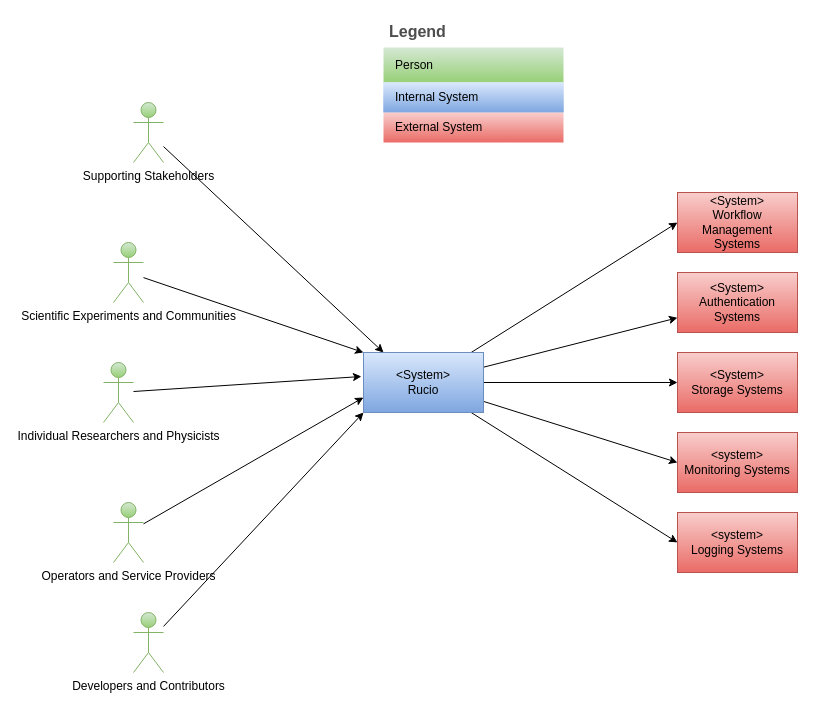
Earlier version of the draw.io diagram diagrams/Context View.drawio (mgajek-cern/rucio-architecture-docs). Source tidied: cells renumbered, new cells numbered last; positions are measured from the earlier drawing's top-left corner, leaving out a move shared by most shapes. Both pictures are drawn from the tidied source at 100%, with x=0, y=0 at pixel (103, 17).
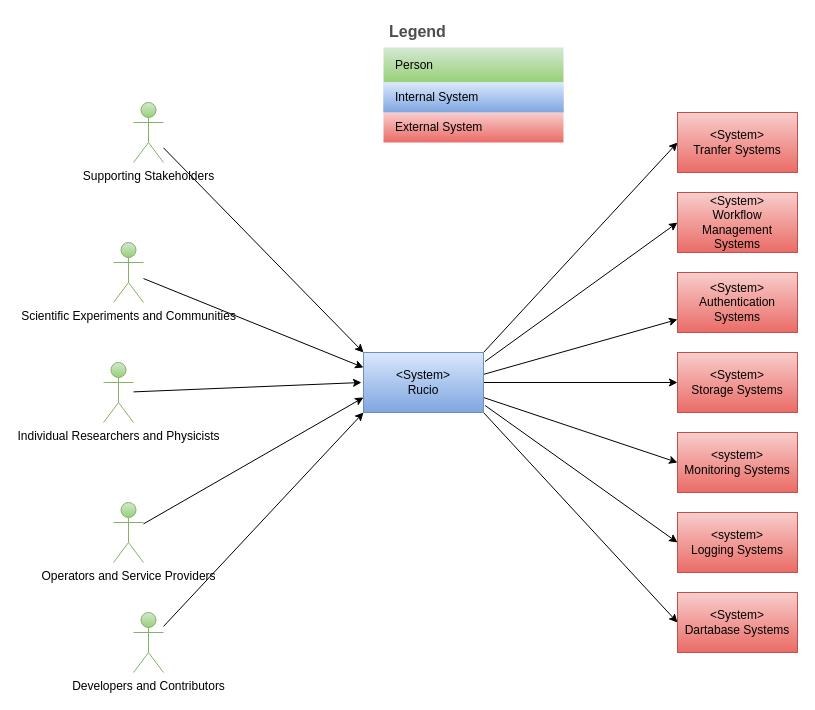
After the change.

Commit message (it also covers changes not shown here):
add missing external systems in component diagrams

Unchanged cells that the change refers to:
```xml
<mxCell id="7" value="&amp;lt;System&amp;gt;&lt;br&gt;Rucio" style="rounded=0;whiteSpace=wrap;html=1;fillColor=#dae8fc;gradientColor=#7ea6e0;strokeColor=#6c8ebf;" parent="1" vertex="1">
  <mxGeometry x="260" y="335" width="120" height="60" as="geometry" />
</mxCell>
<mxCell id="8" value="&lt;span style=&quot;color: rgb(0, 0, 0);&quot;&gt;&amp;lt;System&amp;gt;&lt;/span&gt;&lt;br&gt;Authentication Systems" style="rounded=0;whiteSpace=wrap;html=1;fillColor=#f8cecc;gradientColor=#ea6b66;strokeColor=#b85450;" parent="1" vertex="1">
  <mxGeometry x="574" y="255" width="120" height="60" as="geometry" />
</mxCell>
<mxCell id="10" value="&lt;span style=&quot;color: rgb(0, 0, 0);&quot;&gt;&amp;lt;system&amp;gt;&lt;/span&gt;&lt;br&gt;Monitoring Systems" style="rounded=0;whiteSpace=wrap;html=1;fillColor=#f8cecc;gradientColor=#ea6b66;strokeColor=#b85450;" parent="1" vertex="1">
  <mxGeometry x="574" y="415" width="120" height="60" as="geometry" />
</mxCell>
<mxCell id="11" value="&amp;lt;System&amp;gt;&lt;br&gt;Workflow Management Systems" style="rounded=0;whiteSpace=wrap;html=1;fillColor=#f8cecc;gradientColor=#ea6b66;strokeColor=#b85450;" parent="1" vertex="1">
  <mxGeometry x="574" y="175" width="120" height="60" as="geometry" />
</mxCell>
<mxCell id="12" value="&lt;span style=&quot;color: rgb(0, 0, 0);&quot;&gt;&amp;lt;system&amp;gt;&lt;/span&gt;&lt;br&gt;Logging Systems" style="rounded=0;whiteSpace=wrap;html=1;fillColor=#f8cecc;gradientColor=#ea6b66;strokeColor=#b85450;" parent="1" vertex="1">
  <mxGeometry x="574" y="495" width="120" height="60" as="geometry" />
</mxCell>
<mxCell id="14" value="Scientific Experiments and Communities" style="shape=umlActor;verticalLabelPosition=bottom;verticalAlign=top;html=1;outlineConnect=0;fillColor=#d5e8d4;gradientColor=#97d077;strokeColor=#82b366;" parent="1" vertex="1">
  <mxGeometry x="10" y="225" width="30" height="60" as="geometry" />
</mxCell>
<mxCell id="15" value="Individual Researchers and Physicists" style="shape=umlActor;verticalLabelPosition=bottom;verticalAlign=top;html=1;outlineConnect=0;fillColor=#d5e8d4;gradientColor=#97d077;strokeColor=#82b366;" parent="1" vertex="1">
  <mxGeometry y="345" width="30" height="60" as="geometry" />
</mxCell>
<mxCell id="21" value="Supporting Stakeholders" style="shape=umlActor;verticalLabelPosition=bottom;verticalAlign=top;html=1;outlineConnect=0;fillColor=#d5e8d4;gradientColor=#97d077;strokeColor=#82b366;" parent="1" vertex="1">
  <mxGeometry x="30" y="85" width="30" height="60" as="geometry" />
</mxCell>
```

Diff of the diagram source:
```diff
@@
-    <mxCell id="2" style="rounded=0;jettySize=auto;html=1;entryX=0;entryY=0.5;entryDx=0;entryDy=0;" parent="1" edge="1" source="7" target="11">
+    <mxCell id="2" style="rounded=0;jettySize=auto;html=1;entryX=0;entryY=0.5;entryDx=0;entryDy=0;exitX=1.013;exitY=0.15;exitDx=0;exitDy=0;exitPerimeter=0;" parent="1" edge="1" source="7" target="11">
       <mxGeometry relative="1" as="geometry" />
     </mxCell>
-    <mxCell id="3" style="rounded=0;jettySize=auto;html=1;" parent="1" edge="1" source="7" target="8">
+    <mxCell id="3" style="rounded=0;jettySize=auto;html=1;exitX=0.996;exitY=0.367;exitDx=0;exitDy=0;exitPerimeter=0;" parent="1" edge="1" source="7" target="8">
       <mxGeometry relative="1" as="geometry" />
     </mxCell>
@@
-    <mxCell id="5" style="rounded=0;jettySize=auto;html=1;entryX=0;entryY=0.5;entryDx=0;entryDy=0;" parent="1" edge="1" source="7" target="10">
+    <mxCell id="5" style="rounded=0;jettySize=auto;html=1;entryX=0;entryY=0.5;entryDx=0;entryDy=0;exitX=1;exitY=0.75;exitDx=0;exitDy=0;" parent="1" edge="1" source="7" target="10">
       <mxGeometry relative="1" as="geometry" />
     </mxCell>
-    <mxCell id="6" style="rounded=0;jettySize=auto;html=1;entryX=0;entryY=0.5;entryDx=0;entryDy=0;" parent="1" edge="1" source="7" target="12">
+    <mxCell id="6" style="rounded=0;jettySize=auto;html=1;entryX=0;entryY=0.5;entryDx=0;entryDy=0;exitX=1.013;exitY=0.883;exitDx=0;exitDy=0;exitPerimeter=0;" parent="1" edge="1" source="7" target="12">
       <mxGeometry relative="1" as="geometry" />
     </mxCell>
+    <mxCell id="30" style="edgeStyle=none;html=1;entryX=0;entryY=0.5;entryDx=0;entryDy=0;exitX=1;exitY=1;exitDx=0;exitDy=0;" parent="1" edge="1" source="7" target="32">
+      <mxGeometry relative="1" as="geometry" />
+    </mxCell>
+    <mxCell id="31" style="edgeStyle=none;html=1;entryX=0;entryY=0.5;entryDx=0;entryDy=0;exitX=1;exitY=0;exitDx=0;exitDy=0;" parent="1" edge="1" source="7" target="33">
+      <mxGeometry relative="1" as="geometry" />
+    </mxCell>
@@
-    <mxCell id="13" style="rounded=0;jettySize=auto;html=1;entryX=0;entryY=0;entryDx=0;entryDy=0;" parent="1" edge="1" source="14" target="7">
+    <mxCell id="13" style="rounded=0;jettySize=auto;html=1;entryX=0;entryY=0.25;entryDx=0;entryDy=0;" parent="1" edge="1" source="14" target="7">
       <mxGeometry relative="1" as="geometry" />
     </mxCell>
@@
-    <mxCell id="20" style="rounded=0;jettySize=auto;html=1;entryX=0.167;entryY=0;entryDx=0;entryDy=0;entryPerimeter=0;" parent="1" edge="1" source="21" target="7">
+    <mxCell id="20" style="rounded=0;jettySize=auto;html=1;entryX=0;entryY=0;entryDx=0;entryDy=0;" parent="1" edge="1" source="21" target="7">
       <mxGeometry relative="1" as="geometry" />
     </mxCell>
@@
-    <mxCell id="22" style="rounded=0;jettySize=auto;html=1;entryX=-0.017;entryY=0.4;entryDx=0;entryDy=0;entryPerimeter=0;" parent="1" edge="1" source="15" target="7">
-      <mxGeometry relative="1" as="geometry" />
+    <mxCell id="22" style="rounded=0;jettySize=auto;html=1;" parent="1" edge="1" source="15">
+      <mxGeometry relative="1" as="geometry">
+        <mxPoint x="258" y="365" as="targetPoint" />
+      </mxGeometry>
     </mxCell>
@@
+    <mxCell id="32" value="&lt;span style=&quot;color: rgb(0, 0, 0);&quot;&gt;&amp;lt;System&amp;gt;&lt;/span&gt;&lt;br&gt;Dartabase Systems" style="rounded=0;whiteSpace=wrap;html=1;fillColor=#f8cecc;gradientColor=#ea6b66;strokeColor=#b85450;" parent="1" vertex="1">
+      <mxGeometry x="574" y="575" width="120" height="60" as="geometry" />
+    </mxCell>
+    <mxCell id="33" value="&lt;span style=&quot;color: rgb(0, 0, 0);&quot;&gt;&amp;lt;System&amp;gt;&lt;/span&gt;&lt;br&gt;Tranfer Systems" style="rounded=0;whiteSpace=wrap;html=1;fillColor=#f8cecc;gradientColor=#ea6b66;strokeColor=#b85450;" parent="1" vertex="1">
+      <mxGeometry x="574" y="95" width="120" height="60" as="geometry" />
+    </mxCell>
```
